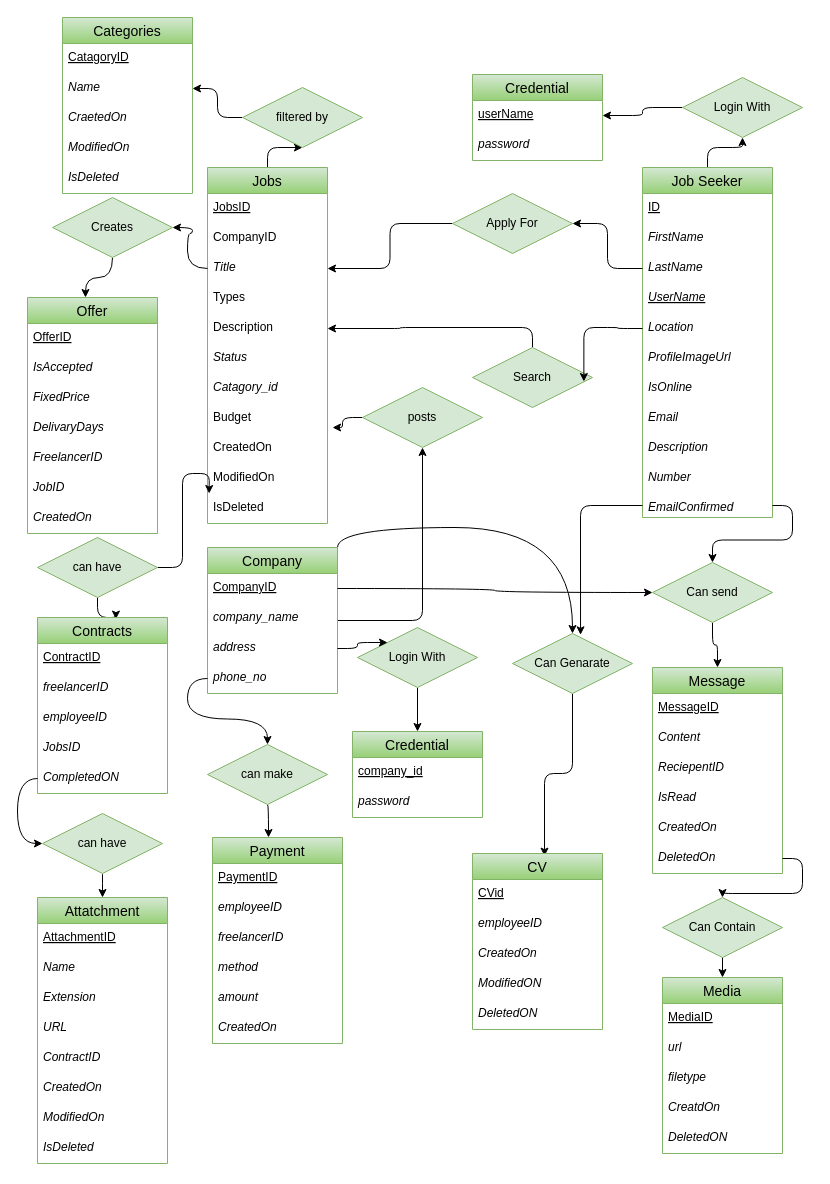
crackplatoonbd/Drawio keeps this draw.io diagram as Untitled Diagram.drawio. Above is the earlier version. Source tidied: cells renumbered, new cells numbered last; positions are measured from the earlier drawing's top-left corner, leaving out a move shared by most shapes. Both pictures are drawn from the tidied source at 100%, with x=0, y=0 at pixel (27, 17).
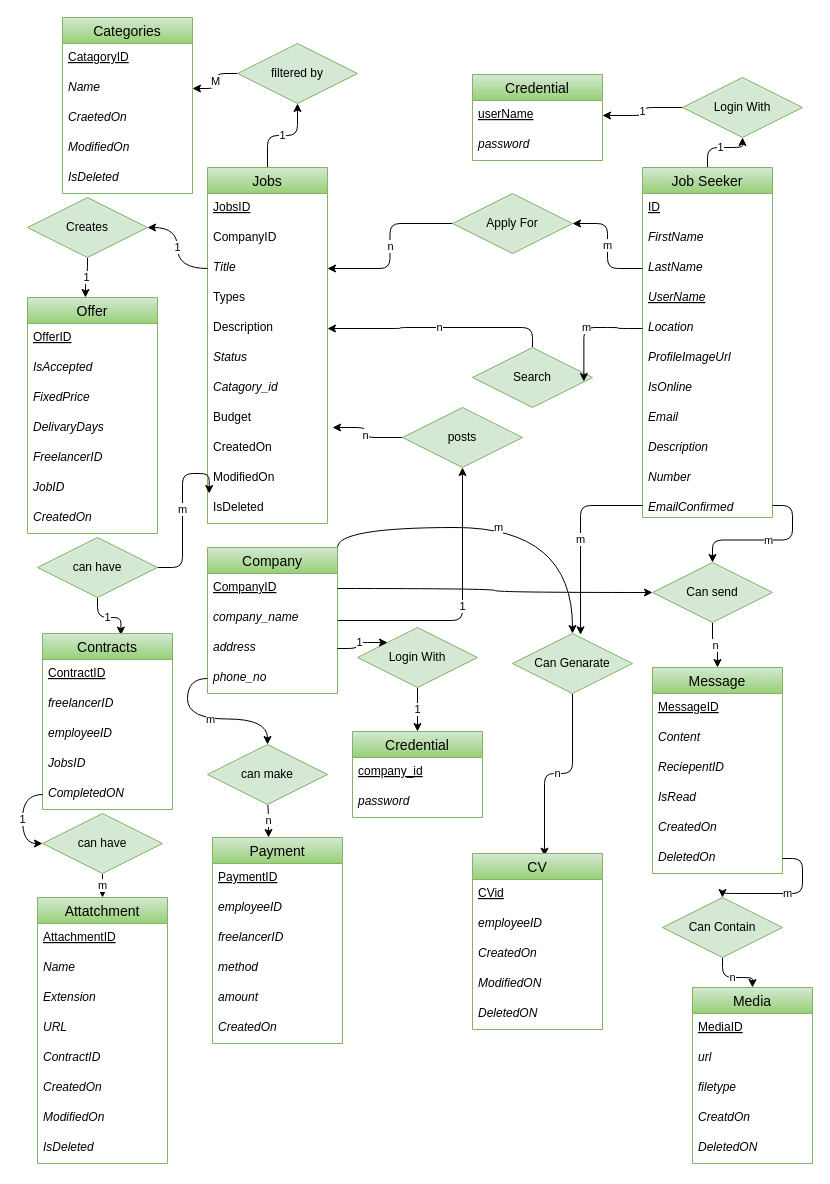
The same diagram, later.

The change refers to these unchanged cells:
```xml
<mxCell id="4" value="Company" style="swimlane;fontStyle=0;horizontal=1;startSize=26;align=center;fontSize=14;labelBackgroundColor=none;fillColor=#d5e8d4;strokeColor=#82b366;gradientColor=#97d077;" parent="1" vertex="1">
<mxCell id="7" value="address" style="text;strokeColor=none;fillColor=none;spacingLeft=4;spacingRight=4;overflow=hidden;points=[[0,0.5],[1,0.5]];portConstraint=eastwest;fontSize=12;fontStyle=2;" parent="4" vertex="1">
<mxCell id="8" value="phone_no" style="text;strokeColor=none;fillColor=none;spacingLeft=4;spacingRight=4;overflow=hidden;points=[[0,0.5],[1,0.5]];portConstraint=eastwest;fontSize=12;fontStyle=2;" parent="4" vertex="1">
<mxCell id="10" value="Jobs" style="swimlane;fontStyle=0;horizontal=1;startSize=26;align=center;fontSize=14;labelBackgroundColor=none;fillColor=#d5e8d4;strokeColor=#82b366;gradientColor=#97d077;" parent="1" vertex="1">
<mxCell id="13" value="Title" style="text;strokeColor=none;fillColor=none;spacingLeft=4;spacingRight=4;overflow=hidden;points=[[0,0.5],[1,0.5]];portConstraint=eastwest;fontSize=12;fontStyle=2;" parent="10" vertex="1">
<mxCell id="15" value="Description" style="text;strokeColor=none;fillColor=none;spacingLeft=4;spacingRight=4;overflow=hidden;points=[[0,0.5],[1,0.5]];portConstraint=eastwest;fontSize=12;fontStyle=0;" parent="10" vertex="1">
<mxCell id="19" value="CreatedOn" style="text;strokeColor=none;fillColor=none;spacingLeft=4;spacingRight=4;overflow=hidden;points=[[0,0.5],[1,0.5]];portConstraint=eastwest;fontSize=12;labelBackgroundColor=none;" parent="10" vertex="1">
<mxCell id="21" value="IsDeleted" style="text;strokeColor=none;fillColor=none;spacingLeft=4;spacingRight=4;overflow=hidden;points=[[0,0.5],[1,0.5]];portConstraint=eastwest;fontSize=12;labelBackgroundColor=none;" parent="10" vertex="1">
<mxCell id="24" value="Name" style="text;strokeColor=none;fillColor=none;spacingLeft=4;spacingRight=4;overflow=hidden;points=[[0,0.5],[1,0.5]];portConstraint=eastwest;fontSize=12;fontStyle=2;" parent="22" vertex="1">
<mxCell id="29" value="Job Seeker" style="swimlane;fontStyle=0;horizontal=1;startSize=26;align=center;fontSize=14;labelBackgroundColor=none;fillColor=#d5e8d4;strokeColor=#82b366;gradientColor=#97d077;" parent="1" vertex="1">
<mxCell id="32" value="LastName" style="text;strokeColor=none;fillColor=none;spacingLeft=4;spacingRight=4;overflow=hidden;points=[[0,0.5],[1,0.5]];portConstraint=eastwest;fontSize=12;fontStyle=2;" parent="29" vertex="1">
<mxCell id="34" value="Location" style="text;strokeColor=none;fillColor=none;spacingLeft=4;spacingRight=4;overflow=hidden;points=[[0,0.5],[1,0.5]];portConstraint=eastwest;fontSize=12;fontStyle=2;" parent="29" vertex="1">
<mxCell id="40" value="EmailConfirmed" style="text;strokeColor=none;fillColor=none;spacingLeft=4;spacingRight=4;overflow=hidden;points=[[0,0.5],[1,0.5]];portConstraint=eastwest;fontSize=12;fontStyle=2;" parent="29" vertex="1">
<mxCell id="46" value="Search" style="shape=rhombus;perimeter=rhombusPerimeter;whiteSpace=wrap;html=1;align=center;labelBackgroundColor=none;fillColor=#d5e8d4;strokeColor=#82b366;" parent="1" vertex="1">
<mxCell id="49" value="Apply For" style="shape=rhombus;perimeter=rhombusPerimeter;whiteSpace=wrap;html=1;align=center;labelBackgroundColor=none;fillColor=#d5e8d4;strokeColor=#82b366;" parent="1" vertex="1">
<mxCell id="53" value="can have" style="shape=rhombus;perimeter=rhombusPerimeter;whiteSpace=wrap;html=1;align=center;labelBackgroundColor=none;fillColor=#d5e8d4;strokeColor=#82b366;" parent="1" vertex="1">
<mxCell id="59" value="CompletedON" style="text;strokeColor=none;fillColor=none;spacingLeft=4;spacingRight=4;overflow=hidden;points=[[0,0.5],[1,0.5]];portConstraint=eastwest;fontSize=12;fontStyle=2;" parent="54" vertex="1">
<mxCell id="61" value="can have" style="shape=rhombus;perimeter=rhombusPerimeter;whiteSpace=wrap;html=1;align=center;labelBackgroundColor=none;fillColor=#d5e8d4;strokeColor=#82b366;" parent="1" vertex="1">
<mxCell id="62" value="Attatchment" style="swimlane;fontStyle=0;horizontal=1;startSize=26;align=center;fontSize=14;labelBackgroundColor=none;fillColor=#d5e8d4;strokeColor=#82b366;gradientColor=#97d077;" parent="1" vertex="1">
<mxCell id="72" value="userName" style="text;strokeColor=none;fillColor=none;spacingLeft=4;spacingRight=4;overflow=hidden;points=[[0,0.5],[1,0.5]];portConstraint=eastwest;fontSize=12;fontStyle=4;" parent="71" vertex="1">
<mxCell id="75" value="Login With" style="shape=rhombus;perimeter=rhombusPerimeter;whiteSpace=wrap;html=1;align=center;labelBackgroundColor=none;fillColor=#d5e8d4;strokeColor=#82b366;" parent="1" vertex="1">
<mxCell id="76" value="Credential" style="swimlane;fontStyle=0;horizontal=1;startSize=26;align=center;fontSize=14;labelBackgroundColor=none;fillColor=#d5e8d4;strokeColor=#82b366;gradientColor=#97d077;" parent="1" vertex="1">
<mxCell id="80" value="Login With" style="shape=rhombus;perimeter=rhombusPerimeter;whiteSpace=wrap;html=1;align=center;labelBackgroundColor=none;fillColor=#d5e8d4;strokeColor=#82b366;" parent="1" vertex="1">
<mxCell id="83" value="Can send" style="shape=rhombus;perimeter=rhombusPerimeter;whiteSpace=wrap;html=1;align=center;labelBackgroundColor=none;fillColor=#d5e8d4;strokeColor=#82b366;" parent="1" vertex="1">
<mxCell id="85" value="Message" style="swimlane;fontStyle=0;horizontal=1;startSize=26;align=center;fontSize=14;labelBackgroundColor=none;fillColor=#d5e8d4;strokeColor=#82b366;gradientColor=#97d077;" parent="1" vertex="1">
<mxCell id="91" value="DeletedOn" style="text;strokeColor=none;fillColor=none;spacingLeft=4;spacingRight=4;overflow=hidden;points=[[0,0.5],[1,0.5]];portConstraint=eastwest;fontSize=12;fontStyle=2;" parent="85" vertex="1">
<mxCell id="94" value="Can Contain" style="shape=rhombus;perimeter=rhombusPerimeter;whiteSpace=wrap;html=1;align=center;labelBackgroundColor=none;fillColor=#d5e8d4;strokeColor=#82b366;" parent="1" vertex="1">
<mxCell id="103" value="Can Genarate" style="shape=rhombus;perimeter=rhombusPerimeter;whiteSpace=wrap;html=1;align=center;labelBackgroundColor=none;fillColor=#d5e8d4;strokeColor=#82b366;" parent="1" vertex="1">
<mxCell id="104" value="CV" style="swimlane;fontStyle=0;horizontal=1;startSize=26;align=center;fontSize=14;labelBackgroundColor=none;fillColor=#d5e8d4;strokeColor=#82b366;gradientColor=#97d077;" parent="1" vertex="1">
<mxCell id="113" value="can make" style="shape=rhombus;perimeter=rhombusPerimeter;whiteSpace=wrap;html=1;align=center;labelBackgroundColor=none;fillColor=#d5e8d4;strokeColor=#82b366;" parent="1" vertex="1">
<mxCell id="115" value="Payment" style="swimlane;fontStyle=0;horizontal=1;startSize=26;align=center;fontSize=14;labelBackgroundColor=none;fillColor=#d5e8d4;strokeColor=#82b366;gradientColor=#97d077;" parent="1" vertex="1">
<mxCell id="122" value="Offer" style="swimlane;fontStyle=0;horizontal=1;startSize=26;align=center;fontSize=14;labelBackgroundColor=none;fillColor=#d5e8d4;strokeColor=#82b366;gradientColor=#97d077;" parent="1" vertex="1">
```

What changed in the source:
```diff
@@
-    <mxCell id="2" style="edgeStyle=orthogonalEdgeStyle;rounded=1;jettySize=auto;html=1;entryX=0.5;entryY=1;entryDx=0;entryDy=0;" parent="1" edge="1" source="4" target="42">
+    <mxCell id="2" value="1" style="edgeStyle=orthogonalEdgeStyle;rounded=1;jettySize=auto;html=1;entryX=0.5;entryY=1;entryDx=0;entryDy=0;" parent="1" edge="1" source="4" target="42">
       <mxGeometry relative="1" as="geometry" />
     </mxCell>
-    <mxCell id="3" style="edgeStyle=orthogonalEdgeStyle;jettySize=auto;html=1;exitX=1;exitY=0;exitDx=0;exitDy=0;entryX=0.5;entryY=0;entryDx=0;entryDy=0;curved=1;" parent="1" edge="1" source="4" target="103">
+    <mxCell id="3" value="m" style="edgeStyle=orthogonalEdgeStyle;jettySize=auto;html=1;exitX=1;exitY=0;exitDx=0;exitDy=0;entryX=0.5;entryY=0;entryDx=0;entryDy=0;curved=1;" parent="1" edge="1" source="4" target="103">
       <mxGeometry relative="1" as="geometry" />
     </mxCell>
@@
-    <mxCell id="9" style="edgeStyle=orthogonalEdgeStyle;rounded=1;jettySize=auto;html=1;entryX=0.5;entryY=1;entryDx=0;entryDy=0;" parent="1" edge="1" source="10" target="44">
+    <mxCell id="9" value="1" style="edgeStyle=orthogonalEdgeStyle;rounded=1;jettySize=auto;html=1;entryX=0.5;entryY=1;entryDx=0;entryDy=0;" parent="1" edge="1" source="10" target="44">
       <mxGeometry relative="1" as="geometry" />
     </mxCell>
@@
-    <mxCell id="28" style="edgeStyle=orthogonalEdgeStyle;rounded=1;jettySize=auto;html=1;exitX=0.5;exitY=0;exitDx=0;exitDy=0;entryX=0.5;entryY=1;entryDx=0;entryDy=0;" parent="1" edge="1" source="29" target="75">
+    <mxCell id="28" value="1" style="edgeStyle=orthogonalEdgeStyle;rounded=1;jettySize=auto;html=1;exitX=0.5;exitY=0;exitDx=0;exitDy=0;entryX=0.5;entryY=1;entryDx=0;entryDy=0;" parent="1" edge="1" source="29" target="75">
       <mxGeometry relative="1" as="geometry" />
     </mxCell>
@@
-    <mxCell id="41" style="edgeStyle=orthogonalEdgeStyle;rounded=1;jettySize=auto;html=1;entryX=1.042;entryY=-0.2;entryDx=0;entryDy=0;entryPerimeter=0;" parent="1" edge="1" source="42" target="19">
+    <mxCell id="41" value="n" style="edgeStyle=orthogonalEdgeStyle;rounded=1;jettySize=auto;html=1;entryX=1.042;entryY=-0.2;entryDx=0;entryDy=0;entryPerimeter=0;" parent="1" edge="1" source="42" target="19">
       <mxGeometry relative="1" as="geometry" />
     </mxCell>
     <mxCell id="42" value="posts" style="shape=rhombus;perimeter=rhombusPerimeter;whiteSpace=wrap;html=1;align=center;labelBackgroundColor=none;fillColor=#d5e8d4;strokeColor=#82b366;" parent="1" vertex="1">
-      <mxGeometry x="335" y="370" width="120" height="60" as="geometry" />
+      <mxGeometry x="375" y="390" width="120" height="60" as="geometry" />
     </mxCell>
-    <mxCell id="43" style="edgeStyle=orthogonalEdgeStyle;rounded=1;jettySize=auto;html=1;exitX=0;exitY=0.5;exitDx=0;exitDy=0;entryX=1;entryY=0.5;entryDx=0;entryDy=0;" parent="1" edge="1" source="44" target="24">
+    <mxCell id="43" value="M" style="edgeStyle=orthogonalEdgeStyle;rounded=1;jettySize=auto;html=1;exitX=0;exitY=0.5;exitDx=0;exitDy=0;entryX=1;entryY=0.5;entryDx=0;entryDy=0;" parent="1" edge="1" source="44" target="24">
       <mxGeometry relative="1" as="geometry" />
     </mxCell>
     <mxCell id="44" value="filtered by" style="shape=rhombus;perimeter=rhombusPerimeter;whiteSpace=wrap;html=1;align=center;labelBackgroundColor=none;fillColor=#d5e8d4;strokeColor=#82b366;" parent="1" vertex="1">
-      <mxGeometry x="215" y="70" width="120" height="60" as="geometry" />
+      <mxGeometry x="210" y="26" width="120" height="60" as="geometry" />
     </mxCell>
-    <mxCell id="45" style="edgeStyle=orthogonalEdgeStyle;rounded=1;jettySize=auto;html=1;entryX=1;entryY=0.5;entryDx=0;entryDy=0;" parent="1" edge="1" source="46" target="15">
+    <mxCell id="45" value="n" style="edgeStyle=orthogonalEdgeStyle;rounded=1;jettySize=auto;html=1;entryX=1;entryY=0.5;entryDx=0;entryDy=0;" parent="1" edge="1" source="46" target="15">
       <mxGeometry relative="1" as="geometry" />
     </mxCell>
@@
-    <mxCell id="47" style="edgeStyle=orthogonalEdgeStyle;rounded=1;jettySize=auto;html=1;entryX=0.928;entryY=0.567;entryDx=0;entryDy=0;entryPerimeter=0;" parent="1" edge="1" source="34" target="46">
+    <mxCell id="47" value="m" style="edgeStyle=orthogonalEdgeStyle;rounded=1;jettySize=auto;html=1;entryX=0.928;entryY=0.567;entryDx=0;entryDy=0;entryPerimeter=0;" parent="1" edge="1" source="34" target="46">
       <mxGeometry relative="1" as="geometry" />
     </mxCell>
-    <mxCell id="48" style="edgeStyle=orthogonalEdgeStyle;rounded=1;jettySize=auto;html=1;entryX=1;entryY=0.5;entryDx=0;entryDy=0;" parent="1" edge="1" source="49" target="13">
+    <mxCell id="48" value="n" style="edgeStyle=orthogonalEdgeStyle;rounded=1;jettySize=auto;html=1;entryX=1;entryY=0.5;entryDx=0;entryDy=0;" parent="1" edge="1" source="49" target="13">
       <mxGeometry relative="1" as="geometry" />
     </mxCell>
@@
-    <mxCell id="50" style="edgeStyle=orthogonalEdgeStyle;rounded=1;jettySize=auto;html=1;exitX=0;exitY=0.5;exitDx=0;exitDy=0;entryX=1;entryY=0.5;entryDx=0;entryDy=0;" parent="1" edge="1" source="32" target="49">
+    <mxCell id="50" value="m" style="edgeStyle=orthogonalEdgeStyle;rounded=1;jettySize=auto;html=1;exitX=0;exitY=0.5;exitDx=0;exitDy=0;entryX=1;entryY=0.5;entryDx=0;entryDy=0;" parent="1" edge="1" source="32" target="49">
       <mxGeometry relative="1" as="geometry" />
     </mxCell>
-    <mxCell id="51" style="edgeStyle=orthogonalEdgeStyle;rounded=1;jettySize=auto;html=1;entryX=0.603;entryY=0.009;entryDx=0;entryDy=0;entryPerimeter=0;" parent="1" edge="1" source="53" target="54">
+    <mxCell id="51" value="1" style="edgeStyle=orthogonalEdgeStyle;rounded=1;jettySize=auto;html=1;entryX=0.603;entryY=0.009;entryDx=0;entryDy=0;entryPerimeter=0;" parent="1" edge="1" source="53" target="54">
       <mxGeometry relative="1" as="geometry" />
     </mxCell>
-    <mxCell id="52" style="edgeStyle=orthogonalEdgeStyle;rounded=1;jettySize=auto;html=1;exitX=1;exitY=0.5;exitDx=0;exitDy=0;entryX=0.014;entryY=0;entryDx=0;entryDy=0;entryPerimeter=0;" parent="1" edge="1" source="53" target="21">
+    <mxCell id="52" value="m" style="edgeStyle=orthogonalEdgeStyle;rounded=1;jettySize=auto;html=1;exitX=1;exitY=0.5;exitDx=0;exitDy=0;entryX=0.014;entryY=0;entryDx=0;entryDy=0;entryPerimeter=0;" parent="1" edge="1" source="53" target="21">
       <mxGeometry relative="1" as="geometry" />
     </mxCell>
@@
     <mxCell id="54" value="Contracts" style="swimlane;fontStyle=0;horizontal=1;startSize=26;align=center;fontSize=14;labelBackgroundColor=none;fillColor=#d5e8d4;strokeColor=#82b366;gradientColor=#97d077;" parent="1" vertex="1">
-      <mxGeometry x="10" y="600" width="130" height="176" as="geometry" />
+      <mxGeometry x="15" y="616" width="130" height="176" as="geometry" />
     </mxCell>
@@
-    <mxCell id="60" style="edgeStyle=orthogonalEdgeStyle;curved=1;jettySize=auto;html=1;exitX=0.5;exitY=1;exitDx=0;exitDy=0;entryX=0.5;entryY=0;entryDx=0;entryDy=0;" parent="1" edge="1" source="61" target="62">
+    <mxCell id="60" value="m" style="edgeStyle=orthogonalEdgeStyle;curved=1;jettySize=auto;html=1;exitX=0.5;exitY=1;exitDx=0;exitDy=0;entryX=0.5;entryY=0;entryDx=0;entryDy=0;" parent="1" edge="1" source="61" target="62">
       <mxGeometry relative="1" as="geometry" />
     </mxCell>
@@
-    <mxCell id="74" style="edgeStyle=orthogonalEdgeStyle;rounded=1;jettySize=auto;html=1;entryX=1;entryY=0.5;entryDx=0;entryDy=0;" parent="1" edge="1" source="75" target="72">
+    <mxCell id="74" value="1" style="edgeStyle=orthogonalEdgeStyle;rounded=1;jettySize=auto;html=1;entryX=1;entryY=0.5;entryDx=0;entryDy=0;" parent="1" edge="1" source="75" target="72">
       <mxGeometry relative="1" as="geometry" />
     </mxCell>
@@
-    <mxCell id="79" style="edgeStyle=orthogonalEdgeStyle;rounded=1;jettySize=auto;html=1;exitX=0.5;exitY=1;exitDx=0;exitDy=0;entryX=0.5;entryY=0;entryDx=0;entryDy=0;" parent="1" edge="1" source="80" target="76">
+    <mxCell id="79" value="1" style="edgeStyle=orthogonalEdgeStyle;rounded=1;jettySize=auto;html=1;exitX=0.5;exitY=1;exitDx=0;exitDy=0;entryX=0.5;entryY=0;entryDx=0;entryDy=0;" parent="1" edge="1" source="80" target="76">
       <mxGeometry relative="1" as="geometry" />
     </mxCell>
@@
-    <mxCell id="81" style="edgeStyle=orthogonalEdgeStyle;rounded=1;jettySize=auto;html=1;exitX=1;exitY=0.5;exitDx=0;exitDy=0;entryX=0;entryY=0;entryDx=0;entryDy=0;" parent="1" edge="1" source="7" target="80">
+    <mxCell id="81" value="1" style="edgeStyle=orthogonalEdgeStyle;rounded=1;jettySize=auto;html=1;exitX=1;exitY=0.5;exitDx=0;exitDy=0;entryX=0;entryY=0;entryDx=0;entryDy=0;" parent="1" edge="1" source="7" target="80">
       <mxGeometry relative="1" as="geometry" />
     </mxCell>
-    <mxCell id="82" style="edgeStyle=orthogonalEdgeStyle;rounded=1;jettySize=auto;html=1;exitX=0.5;exitY=1;exitDx=0;exitDy=0;entryX=0.5;entryY=0;entryDx=0;entryDy=0;" parent="1" edge="1" source="83" target="85">
+    <mxCell id="82" value="n" style="edgeStyle=orthogonalEdgeStyle;rounded=1;jettySize=auto;html=1;exitX=0.5;exitY=1;exitDx=0;exitDy=0;entryX=0.5;entryY=0;entryDx=0;entryDy=0;" parent="1" edge="1" source="83" target="85">
       <mxGeometry relative="1" as="geometry" />
     </mxCell>
@@
-    <mxCell id="84" style="edgeStyle=orthogonalEdgeStyle;rounded=1;jettySize=auto;html=1;entryX=0.5;entryY=0;entryDx=0;entryDy=0;" parent="1" edge="1" source="40" target="83">
+    <mxCell id="84" value="m" style="edgeStyle=orthogonalEdgeStyle;rounded=1;jettySize=auto;html=1;entryX=0.5;entryY=0;entryDx=0;entryDy=0;" parent="1" edge="1" source="40" target="83">
       <mxGeometry relative="1" as="geometry" />
     </mxCell>
@@
-    <mxCell id="93" style="edgeStyle=orthogonalEdgeStyle;rounded=1;jettySize=auto;html=1;exitX=0.5;exitY=1;exitDx=0;exitDy=0;entryX=0.5;entryY=0;entryDx=0;entryDy=0;" parent="1" edge="1" source="94" target="95">
+    <mxCell id="93" value="n" style="edgeStyle=orthogonalEdgeStyle;rounded=1;jettySize=auto;html=1;exitX=0.5;exitY=1;exitDx=0;exitDy=0;entryX=0.5;entryY=0;entryDx=0;entryDy=0;" parent="1" edge="1" source="94" target="95">
       <mxGeometry relative="1" as="geometry" />
     </mxCell>
@@
     <mxCell id="95" value="Media" style="swimlane;fontStyle=0;horizontal=1;startSize=26;align=center;fontSize=14;labelBackgroundColor=none;fillColor=#d5e8d4;strokeColor=#82b366;gradientColor=#97d077;" parent="1" vertex="1">
-      <mxGeometry x="635" y="960" width="120" height="176" as="geometry" />
+      <mxGeometry x="665" y="970" width="120" height="176" as="geometry" />
     </mxCell>
@@
-    <mxCell id="101" style="edgeStyle=orthogonalEdgeStyle;rounded=1;jettySize=auto;html=1;" parent="1" edge="1" source="91" target="94">
+    <mxCell id="101" value="m" style="edgeStyle=orthogonalEdgeStyle;rounded=1;jettySize=auto;html=1;" parent="1" edge="1" source="91" target="94">
       <mxGeometry relative="1" as="geometry" />
     </mxCell>
-    <mxCell id="102" style="edgeStyle=orthogonalEdgeStyle;rounded=1;jettySize=auto;html=1;entryX=0.554;entryY=0.015;entryDx=0;entryDy=0;entryPerimeter=0;" parent="1" edge="1" source="103" target="104">
+    <mxCell id="102" value="n" style="edgeStyle=orthogonalEdgeStyle;rounded=1;jettySize=auto;html=1;entryX=0.554;entryY=0.015;entryDx=0;entryDy=0;entryPerimeter=0;" parent="1" edge="1" source="103" target="104">
       <mxGeometry relative="1" as="geometry" />
     </mxCell>
@@
-    <mxCell id="110" style="edgeStyle=orthogonalEdgeStyle;rounded=1;jettySize=auto;html=1;entryX=0.567;entryY=0.022;entryDx=0;entryDy=0;entryPerimeter=0;" parent="1" edge="1" source="40" target="103">
+    <mxCell id="110" value="m" style="edgeStyle=orthogonalEdgeStyle;rounded=1;jettySize=auto;html=1;entryX=0.567;entryY=0.022;entryDx=0;entryDy=0;entryPerimeter=0;" parent="1" edge="1" source="40" target="103">
       <mxGeometry relative="1" as="geometry" />
     </mxCell>
-    <mxCell id="111" style="edgeStyle=orthogonalEdgeStyle;curved=1;jettySize=auto;html=1;entryX=0;entryY=0.5;entryDx=0;entryDy=0;" parent="1" edge="1" source="59" target="61">
+    <mxCell id="111" value="1" style="edgeStyle=orthogonalEdgeStyle;curved=1;jettySize=auto;html=1;entryX=0;entryY=0.5;entryDx=0;entryDy=0;" parent="1" edge="1" source="59" target="61">
       <mxGeometry relative="1" as="geometry" />
     </mxCell>
-    <mxCell id="112" style="edgeStyle=orthogonalEdgeStyle;curved=1;jettySize=auto;html=1;exitX=0.5;exitY=1;exitDx=0;exitDy=0;entryX=0.431;entryY=0;entryDx=0;entryDy=0;entryPerimeter=0;" parent="1" edge="1" source="113" target="115">
+    <mxCell id="112" value="n" style="edgeStyle=orthogonalEdgeStyle;curved=1;jettySize=auto;html=1;exitX=0.5;exitY=1;exitDx=0;exitDy=0;entryX=0.431;entryY=0;entryDx=0;entryDy=0;entryPerimeter=0;" parent="1" edge="1" source="113" target="115">
       <mxGeometry relative="1" as="geometry" />
     </mxCell>
@@
-    <mxCell id="114" style="edgeStyle=orthogonalEdgeStyle;curved=1;jettySize=auto;html=1;" parent="1" edge="1" source="8" target="113">
+    <mxCell id="114" value="m" style="edgeStyle=orthogonalEdgeStyle;curved=1;jettySize=auto;html=1;" parent="1" edge="1" source="8" target="113">
       <mxGeometry relative="1" as="geometry" />
     </mxCell>
@@
-    <mxCell id="130" style="edgeStyle=orthogonalEdgeStyle;curved=1;jettySize=auto;html=1;exitX=0.5;exitY=1;exitDx=0;exitDy=0;entryX=0.446;entryY=0;entryDx=0;entryDy=0;entryPerimeter=0;" parent="1" edge="1" source="131" target="122">
+    <mxCell id="130" value="1" style="edgeStyle=orthogonalEdgeStyle;curved=1;jettySize=auto;html=1;exitX=0.5;exitY=1;exitDx=0;exitDy=0;entryX=0.446;entryY=0;entryDx=0;entryDy=0;entryPerimeter=0;" parent="1" edge="1" source="131" target="122">
       <mxGeometry relative="1" as="geometry" />
     </mxCell>
     <mxCell id="131" value="Creates" style="shape=rhombus;perimeter=rhombusPerimeter;whiteSpace=wrap;html=1;align=center;labelBackgroundColor=none;fillColor=#d5e8d4;strokeColor=#82b366;" parent="1" vertex="1">
-      <mxGeometry x="25" y="180" width="120" height="60" as="geometry" />
+      <mxGeometry y="180" width="120" height="60" as="geometry" />
     </mxCell>
-    <mxCell id="132" style="edgeStyle=orthogonalEdgeStyle;curved=1;jettySize=auto;html=1;entryX=1;entryY=0.5;entryDx=0;entryDy=0;" parent="1" edge="1" source="13" target="131">
+    <mxCell id="132" value="1" style="edgeStyle=orthogonalEdgeStyle;curved=1;jettySize=auto;html=1;entryX=1;entryY=0.5;entryDx=0;entryDy=0;" parent="1" edge="1" source="13" target="131">
       <mxGeometry relative="1" as="geometry" />
     </mxCell>
```
